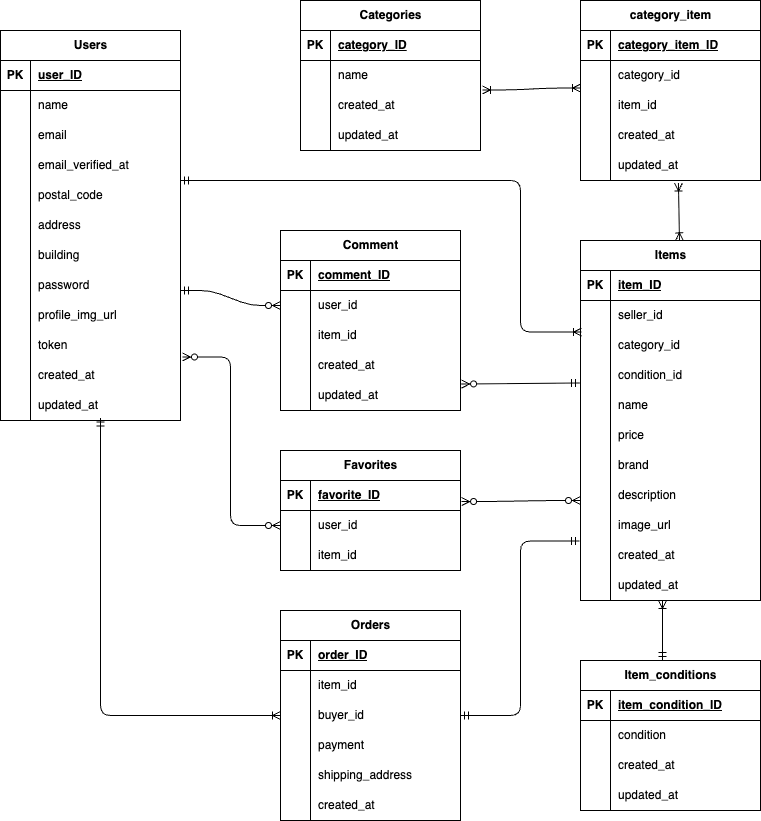
Above: ER.drawio.png in jinichi-haishima/Flea-market-app (draw.io), before the change. Source tidied: cells renumbered, new cells last; positions are measured from the earlier drawing's top-left corner, leaving out a move shared by most shapes.
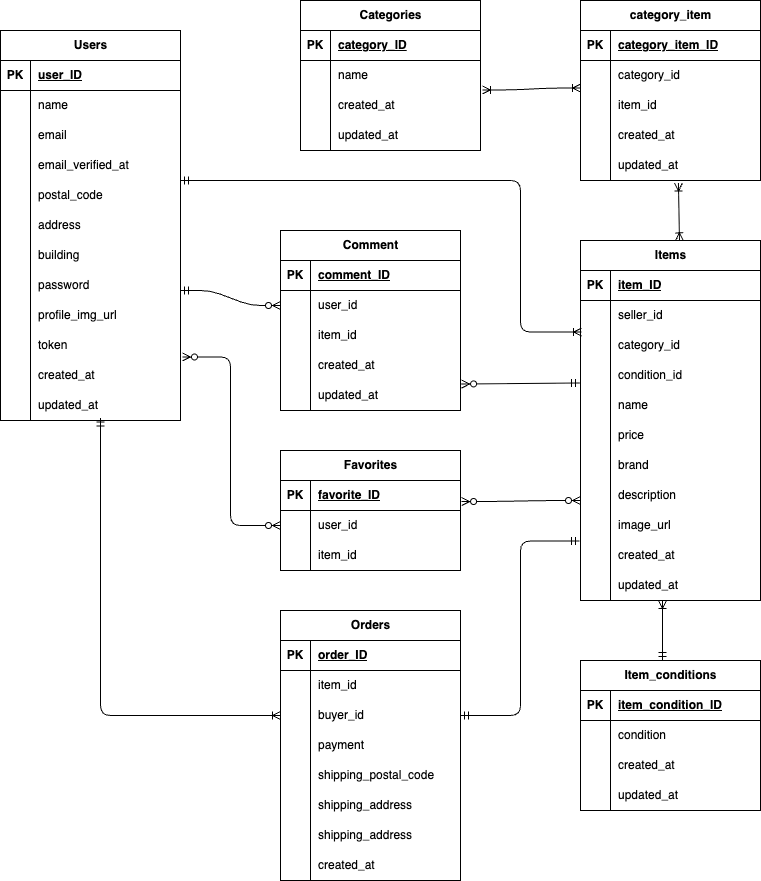
After the commit.

The edit, as a diff of the source:
```diff
@@ -246,7 +246,7 @@
       <mxGeometry x="30" width="150" height="30" as="geometry" />
     </mxCell>
     <mxCell id="83" value="Orders" style="shape=table;startSize=30;rowLines=0;fontStyle=1;align=center;html=1;" parent="1" vertex="1">
-      <mxGeometry x="280" y="610" width="180" height="210" as="geometry" />
+      <mxGeometry x="280" y="610" width="180" height="270" as="geometry" />
     </mxCell>
     <mxCell id="84" style="shape=tableRow;horizontal=0;startSize=0;swimlaneHead=0;swimlaneBody=0;fillColor=none;top=0;left=0;right=0;bottom=1;" parent="83" vertex="1">
       <mxGeometry y="30" width="180" height="30" as="geometry" />
@@ -284,8 +284,17 @@
     <mxCell id="95" value="payment" style="shape=partialRectangle;fillColor=none;top=0;left=0;bottom=0;right=0;align=left;spacingLeft=6;overflow=hidden;whiteSpace=wrap;html=1;" parent="93" vertex="1">
       <mxGeometry x="30" width="150" height="30" as="geometry" />
     </mxCell>
+    <mxCell id="170" style="shape=tableRow;horizontal=0;startSize=0;swimlaneHead=0;swimlaneBody=0;fillColor=none;top=0;left=0;right=0;bottom=0;" parent="83" vertex="1">
+      <mxGeometry y="150" width="180" height="30" as="geometry" />
+    </mxCell>
+    <mxCell id="171" style="shape=partialRectangle;fillColor=none;top=0;left=0;bottom=0;right=0;overflow=hidden;whiteSpace=wrap;html=1;" parent="170" vertex="1">
+      <mxGeometry width="30" height="30" as="geometry" />
+    </mxCell>
+    <mxCell id="172" value="shipping_postal_code" style="shape=partialRectangle;fillColor=none;top=0;left=0;bottom=0;right=0;align=left;spacingLeft=6;overflow=hidden;whiteSpace=wrap;html=1;" parent="170" vertex="1">
+      <mxGeometry x="30" width="150" height="30" as="geometry" />
+    </mxCell>
     <mxCell id="96" style="shape=tableRow;horizontal=0;startSize=0;swimlaneHead=0;swimlaneBody=0;fillColor=none;top=0;left=0;right=0;bottom=0;" parent="83" vertex="1">
-      <mxGeometry y="150" width="180" height="30" as="geometry" />
+      <mxGeometry y="180" width="180" height="30" as="geometry" />
     </mxCell>
     <mxCell id="97" style="shape=partialRectangle;fillColor=none;top=0;left=0;bottom=0;right=0;overflow=hidden;whiteSpace=wrap;html=1;" parent="96" vertex="1">
       <mxGeometry width="30" height="30" as="geometry" />
@@ -293,8 +302,17 @@
     <mxCell id="98" value="shipping_address" style="shape=partialRectangle;fillColor=none;top=0;left=0;bottom=0;right=0;align=left;spacingLeft=6;overflow=hidden;whiteSpace=wrap;html=1;" parent="96" vertex="1">
       <mxGeometry x="30" width="150" height="30" as="geometry" />
     </mxCell>
+    <mxCell id="173" style="shape=tableRow;horizontal=0;startSize=0;swimlaneHead=0;swimlaneBody=0;fillColor=none;top=0;left=0;right=0;bottom=0;" parent="83" vertex="1">
+      <mxGeometry y="210" width="180" height="30" as="geometry" />
+    </mxCell>
+    <mxCell id="174" style="shape=partialRectangle;fillColor=none;top=0;left=0;bottom=0;right=0;overflow=hidden;whiteSpace=wrap;html=1;" parent="173" vertex="1">
+      <mxGeometry width="30" height="30" as="geometry" />
+    </mxCell>
+    <mxCell id="175" value="shipping_address" style="shape=partialRectangle;fillColor=none;top=0;left=0;bottom=0;right=0;align=left;spacingLeft=6;overflow=hidden;whiteSpace=wrap;html=1;" parent="173" vertex="1">
+      <mxGeometry x="30" width="150" height="30" as="geometry" />
+    </mxCell>
     <mxCell id="99" style="shape=tableRow;horizontal=0;startSize=0;swimlaneHead=0;swimlaneBody=0;fillColor=none;top=0;left=0;right=0;bottom=0;" parent="83" vertex="1">
-      <mxGeometry y="180" width="180" height="30" as="geometry" />
+      <mxGeometry y="240" width="180" height="30" as="geometry" />
     </mxCell>
     <mxCell id="100" style="shape=partialRectangle;fillColor=none;top=0;left=0;bottom=0;right=0;overflow=hidden;whiteSpace=wrap;html=1;" parent="99" vertex="1">
       <mxGeometry width="30" height="30" as="geometry" />
```
